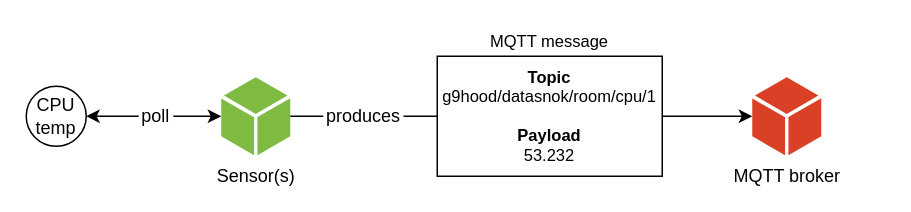
The draw.io diagram page "Sensor MQTT" (2 of 4) of docs/diagrams/architecture.v2.drawio in thedatasnok/idata2304-iot-project, before the edit. Source tidied: cells renumbered, new cells numbered last; positions are measured from the earlier drawing's top-left corner, leaving out a move shared by most shapes. Both pictures are drawn from the tidied source at 150%, with x=0, y=0 at pixel (26, 26).
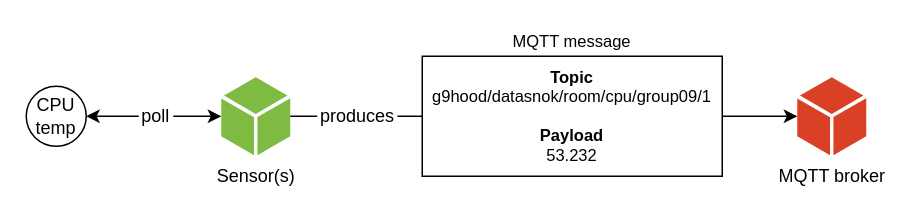
Above is the later version.

Change to the diagram source:
```diff
@@
 <mxGraphModel>
   <root>
     <mxCell id="0" />
     <mxCell id="1" parent="0" />
     <mxCell id="2" style="edgeStyle=none;html=1;startArrow=none;exitX=1;exitY=0.5;exitDx=0;exitDy=0;" parent="1" edge="1" source="13" target="5">
       <mxGeometry relative="1" as="geometry" />
     </mxCell>
     <mxCell id="3" style="edgeStyle=none;html=1;entryX=1;entryY=0.5;entryDx=0;entryDy=0;startArrow=none;startFill=1;" parent="1" edge="1" source="10" target="6">
       <mxGeometry relative="1" as="geometry" />
     </mxCell>
     <mxCell id="4" value="Sensor(s)" style="sketch=0;shadow=0;dashed=0;html=1;strokeColor=none;labelPosition=center;verticalLabelPosition=bottom;verticalAlign=top;outlineConnect=0;align=center;shape=mxgraph.office.concepts.node_generic;fillColor=#7FBA42;" parent="1" vertex="1">
       <mxGeometry x="130" y="34" width="46" height="52" as="geometry" />
     </mxCell>
     <mxCell id="5" value="MQTT broker" style="sketch=0;shadow=0;dashed=0;html=1;strokeColor=none;labelPosition=center;verticalLabelPosition=bottom;verticalAlign=top;outlineConnect=0;align=center;shape=mxgraph.office.concepts.node_generic;fillColor=#DA4026;" parent="1" vertex="1">
-      <mxGeometry x="484" y="34" width="46" height="52" as="geometry" />
+      <mxGeometry x="514" y="34" width="46" height="52" as="geometry" />
     </mxCell>
     <mxCell id="6" value="CPU&lt;br&gt;temp" style="ellipse;whiteSpace=wrap;html=1;" parent="1" vertex="1">
       <mxGeometry y="40" width="40" height="40" as="geometry" />
     </mxCell>
     <mxCell id="7" value="produces" style="text;html=1;strokeColor=none;fillColor=none;align=center;verticalAlign=middle;whiteSpace=wrap;rounded=0;" parent="1" vertex="1">
-      <mxGeometry x="198" y="50" width="53.5" height="20" as="geometry" />
+      <mxGeometry x="194" y="50" width="53.5" height="20" as="geometry" />
     </mxCell>
     <mxCell id="8" style="edgeStyle=none;html=1;endArrow=none;" parent="1" edge="1" source="4" target="7">
       <mxGeometry relative="1" as="geometry" />
     </mxCell>
     <mxCell id="9" style="edgeStyle=none;html=1;startArrow=none;endArrow=none;" parent="1" edge="1" source="7" target="13">
       <mxGeometry relative="1" as="geometry" />
     </mxCell>
     <mxCell id="10" value="poll" style="text;html=1;strokeColor=none;fillColor=none;align=center;verticalAlign=middle;whiteSpace=wrap;rounded=0;" parent="1" vertex="1">
       <mxGeometry x="75" y="50" width="23" height="20" as="geometry" />
     </mxCell>
     <mxCell id="11" style="edgeStyle=none;html=1;entryX=1;entryY=0.5;entryDx=0;entryDy=0;startArrow=classic;startFill=1;endArrow=none;" parent="1" edge="1" source="4" target="10">
       <mxGeometry relative="1" as="geometry" />
     </mxCell>
     <mxCell id="12" style="group;" parent="1" vertex="1">
-      <mxGeometry x="274" y="20" width="150" height="80" as="geometry" />
+      <mxGeometry x="264" y="20" width="200" height="80" as="geometry" />
     </mxCell>
     <mxCell id="13" style="rounded=0;whiteSpace=wrap;html=1;align=center;" parent="12" vertex="1">
-      <mxGeometry width="150" height="80" as="geometry" />
+      <mxGeometry width="200" height="80" as="geometry" />
     </mxCell>
-    <mxCell id="14" value="&lt;div style=&quot;font-size: 11px&quot;&gt;&lt;b&gt;&lt;font style=&quot;font-size: 11px&quot;&gt;Topic&lt;/font&gt;&lt;/b&gt;&lt;/div&gt;&lt;font style=&quot;font-size: 11px&quot;&gt;&lt;div&gt;&lt;span&gt;g9hood/datasnok/room/cpu/1&lt;/span&gt;&lt;/div&gt;&lt;div&gt;&lt;span&gt;&lt;br&gt;&lt;/span&gt;&lt;/div&gt;&lt;div&gt;&lt;b&gt;Payload&lt;/b&gt;&lt;/div&gt;&lt;div&gt;53.232&lt;/div&gt;&lt;/font&gt;" style="text;html=1;strokeColor=none;fillColor=none;align=center;verticalAlign=middle;whiteSpace=wrap;rounded=0;" parent="12" vertex="1">
-      <mxGeometry x="15" y="10" width="120" height="60" as="geometry" />
+    <mxCell id="14" value="&lt;div style=&quot;font-size: 11px&quot;&gt;&lt;b&gt;&lt;font style=&quot;font-size: 11px&quot;&gt;Topic&lt;/font&gt;&lt;/b&gt;&lt;/div&gt;&lt;font style=&quot;font-size: 11px&quot;&gt;&lt;div&gt;&lt;span&gt;g9hood/datasnok/room/cpu/group09/1&lt;/span&gt;&lt;/div&gt;&lt;div&gt;&lt;span&gt;&lt;br&gt;&lt;/span&gt;&lt;/div&gt;&lt;div&gt;&lt;b&gt;Payload&lt;/b&gt;&lt;/div&gt;&lt;div&gt;53.232&lt;/div&gt;&lt;/font&gt;" style="text;html=1;strokeColor=none;fillColor=none;align=center;verticalAlign=middle;whiteSpace=wrap;rounded=0;" parent="12" vertex="1">
+      <mxGeometry x="20" y="10" width="160" height="60" as="geometry" />
     </mxCell>
     <mxCell id="15" value="MQTT message" style="text;html=1;strokeColor=none;fillColor=none;align=center;verticalAlign=middle;whiteSpace=wrap;rounded=0;fontSize=11;" parent="1" vertex="1">
-      <mxGeometry x="304" width="90" height="20" as="geometry" />
+      <mxGeometry x="319" width="90" height="20" as="geometry" />
     </mxCell>
   </root>
 </mxGraphModel>
```
